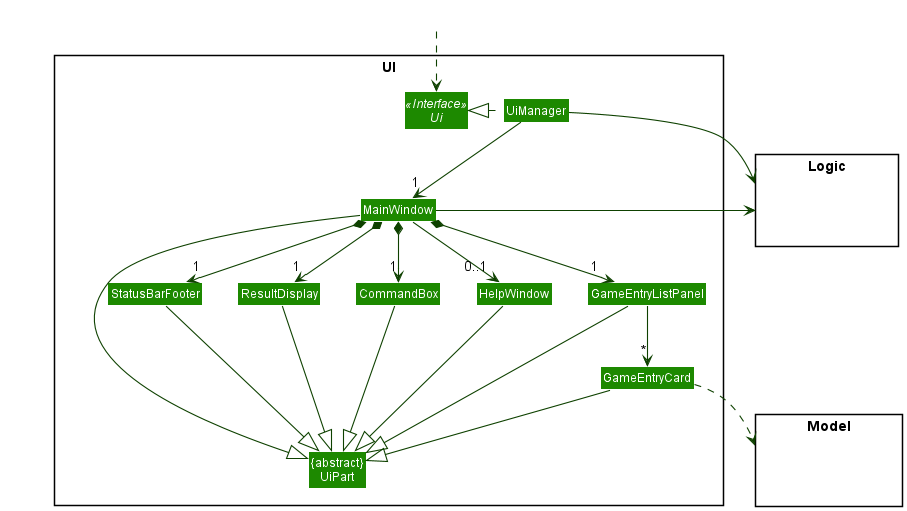
Earlier version of the PlantUML export docs/images/UiClassDiagram.png (yzhilong/tp).
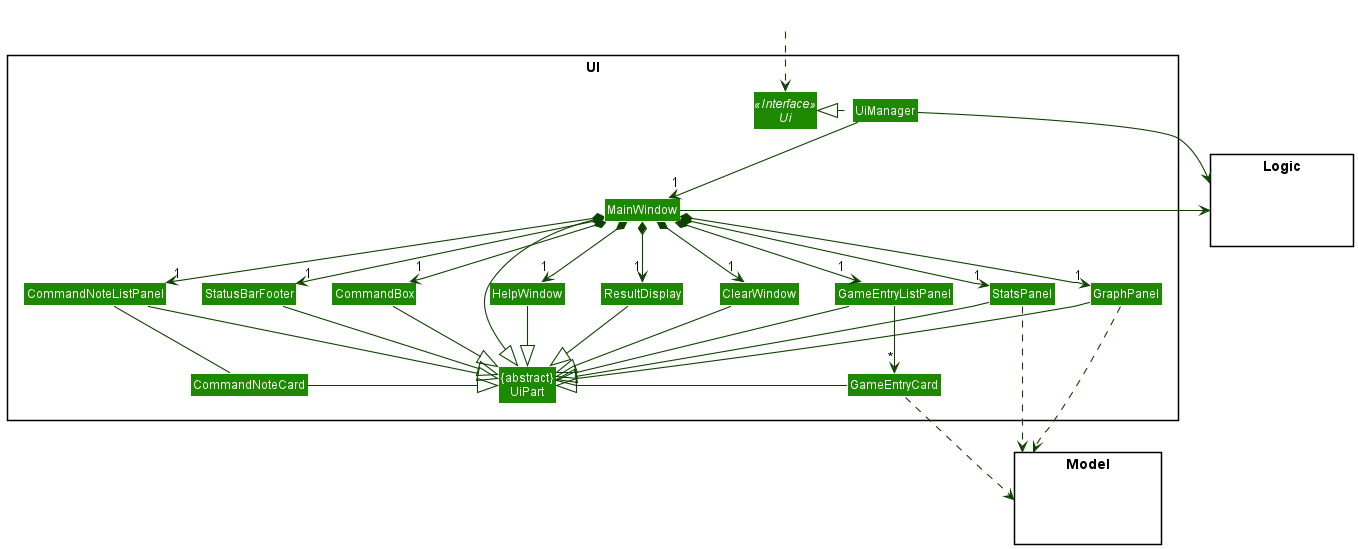
Later version of the same file.

Commit message:
Modify UI class diagram

What changed in the source:
```diff
@@ -11,10 +11,15 @@
 Class MainWindow
 Class HelpWindow
 Class ResultDisplay
+Class ClearWindow
+Class CommandNoteListPanel
+Class CommandNoteCard
 Class GameEntryListPanel
 Class GameEntryCard
 Class StatusBarFooter
 Class CommandBox
+Class StatsPanel
+Class GraphPanel
 }
 
 package Model <<Rectangle>> {
@@ -32,29 +37,37 @@
 UiManager -down-> "1" MainWindow
 MainWindow *-down->  "1" CommandBox
 MainWindow *-down-> "1" ResultDisplay
+MainWindow *-down-> "1" ClearWindow
 MainWindow *-down-> "1" GameEntryListPanel
 MainWindow *-down-> "1" StatusBarFooter
-MainWindow --> "0..1" HelpWindow
+MainWindow *-down-> "1" HelpWindow
+MainWindow *-down-> "1" CommandNoteListPanel
+MainWindow *-down-> "1" StatsPanel
+MainWindow *-down-> "1" GraphPanel
 
 GameEntryListPanel -down-> "*" GameEntryCard
 
 MainWindow -left-|> UiPart
 
 ResultDisplay --|> UiPart
+ClearWindow --|> UiPart
 CommandBox --|> UiPart
 GameEntryListPanel --|> UiPart
-GameEntryCard --|> UiPart
+GameEntryCard --left|> UiPart
 StatusBarFooter --|> UiPart
 HelpWindow --|> UiPart
+CommandNoteListPanel --|> UiPart
+CommandNoteCard -|> UiPart
+StatsPanel --|> UiPart
+GraphPanel --|> UiPart
 
+CommandNoteListPanel -- CommandNoteCard
 GameEntryCard ..> Model
+StatsPanel ..> Model
+GraphPanel ..> Model
 UiManager -right-> Logic
 MainWindow -left-> Logic
 
-GameEntryListPanel -[hidden]left- HelpWindow
-HelpWindow -[hidden]left- CommandBox
-CommandBox -[hidden]left- ResultDisplay
-ResultDisplay -[hidden]left- StatusBarFooter
 
 MainWindow -[hidden]-|> UiPart
 @enduml
```
